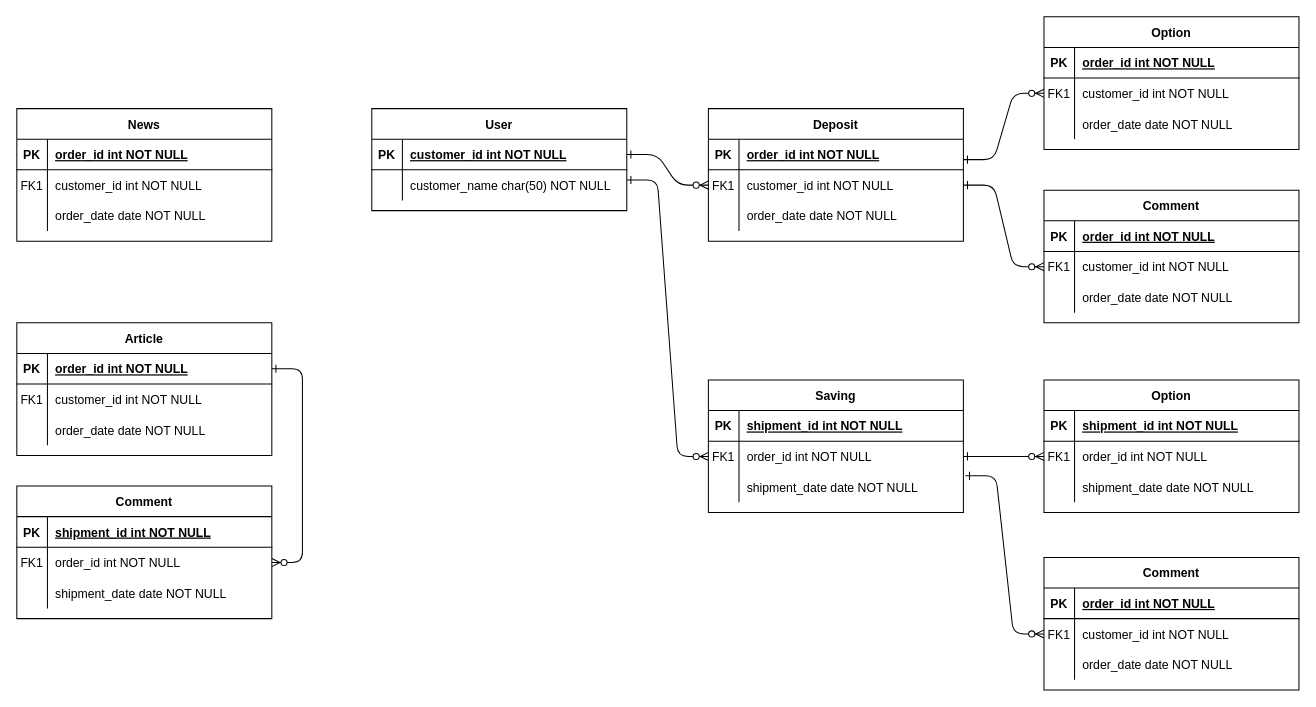
This is 제목 없는 다이어그램.drawio from gawona/git_collaboration, a draw.io file, before an edit. Source tidied: cells renumbered, new cells numbered last; positions are measured from the earlier drawing's top-left corner, leaving out a move shared by most shapes. Both pictures are drawn from the tidied source at 102%, with x=0, y=0 at pixel (16, 16).
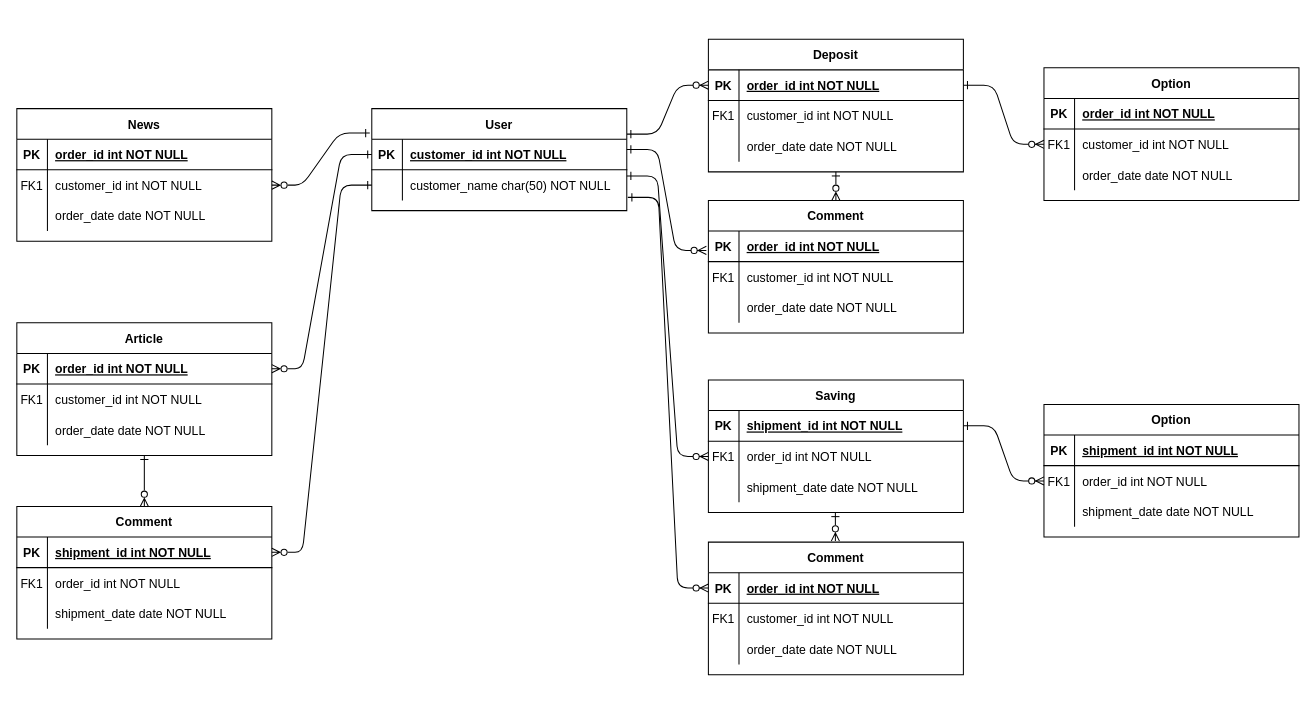
Above is the later version.

Commit message (it also covers changes not shown here):
제목 없는 다이어그램.drawio 업데이트

Unchanged cells that the change refers to:
```xml
<mxCell id="5" style="shape=partialRectangle;fillColor=none;points=[[0,0.5],[1,0.5]];portConstraint=eastwest;top=0;left=0;right=0;bottom=1;" parent="4" vertex="1">
  <mxGeometry y="30" width="250" height="30" as="geometry" />
</mxCell>
<mxCell id="8" style="shape=partialRectangle;fillColor=none;points=[[0,0.5],[1,0.5]];portConstraint=eastwest;top=0;left=0;right=0;bottom=0;" parent="4" vertex="1">
  <mxGeometry y="60" width="250" height="30" as="geometry" />
</mxCell>
<mxCell id="15" style="shape=partialRectangle;fillColor=none;points=[[0,0.5],[1,0.5]];portConstraint=eastwest;top=0;left=0;right=0;bottom=1;" parent="14" vertex="1">
  <mxGeometry y="30" width="250" height="30" as="geometry" />
</mxCell>
<mxCell id="18" style="shape=partialRectangle;fillColor=none;points=[[0,0.5],[1,0.5]];portConstraint=eastwest;top=0;left=0;right=0;bottom=0;" parent="14" vertex="1">
  <mxGeometry y="60" width="250" height="30" as="geometry" />
</mxCell>
<mxCell id="21" style="shape=partialRectangle;fillColor=none;points=[[0,0.5],[1,0.5]];portConstraint=eastwest;top=0;left=0;right=0;bottom=0;" parent="14" vertex="1">
  <mxGeometry y="90" width="250" height="30" as="geometry" />
</mxCell>
<mxCell id="24" value="User" style="shape=table;startSize=30;childLayout=tableLayout;rowLines=0;fontStyle=1;align=center;" parent="1" vertex="1">
  <mxGeometry x="348" y="90" width="250" height="100" as="geometry" />
</mxCell>
<mxCell id="25" style="shape=partialRectangle;fillColor=none;points=[[0,0.5],[1,0.5]];portConstraint=eastwest;top=0;left=0;right=0;bottom=1;" parent="24" vertex="1">
  <mxGeometry y="30" width="250" height="30" as="geometry" />
</mxCell>
<mxCell id="28" style="shape=partialRectangle;fillColor=none;points=[[0,0.5],[1,0.5]];portConstraint=eastwest;top=0;left=0;right=0;bottom=0;" parent="24" vertex="1">
  <mxGeometry y="60" width="250" height="30" as="geometry" />
</mxCell>
<mxCell id="32" value="Article" style="shape=table;startSize=30;childLayout=tableLayout;rowLines=0;fontStyle=1;align=center;" parent="1" vertex="1">
  <mxGeometry y="300" width="250" height="130" as="geometry" />
</mxCell>
<mxCell id="33" style="shape=partialRectangle;fillColor=none;points=[[0,0.5],[1,0.5]];portConstraint=eastwest;top=0;left=0;right=0;bottom=1;" parent="32" vertex="1">
  <mxGeometry y="30" width="250" height="30" as="geometry" />
</mxCell>
<mxCell id="43" style="shape=partialRectangle;fillColor=none;points=[[0,0.5],[1,0.5]];portConstraint=eastwest;top=0;left=0;right=0;bottom=1;" parent="42" vertex="1">
  <mxGeometry y="30" width="250" height="30" as="geometry" />
</mxCell>
<mxCell id="46" style="shape=partialRectangle;fillColor=none;points=[[0,0.5],[1,0.5]];portConstraint=eastwest;top=0;left=0;right=0;bottom=0;" parent="42" vertex="1">
  <mxGeometry y="60" width="250" height="30" as="geometry" />
</mxCell>
<mxCell id="56" style="shape=partialRectangle;fillColor=none;points=[[0,0.5],[1,0.5]];portConstraint=eastwest;top=0;left=0;right=0;bottom=0;" parent="52" vertex="1">
  <mxGeometry y="60" width="250" height="30" as="geometry" />
</mxCell>
<mxCell id="66" style="shape=partialRectangle;fillColor=none;points=[[0,0.5],[1,0.5]];portConstraint=eastwest;top=0;left=0;right=0;bottom=0;" parent="62" vertex="1">
  <mxGeometry y="60" width="250" height="30" as="geometry" />
</mxCell>
<mxCell id="76" style="shape=partialRectangle;fillColor=none;points=[[0,0.5],[1,0.5]];portConstraint=eastwest;top=0;left=0;right=0;bottom=0;" parent="72" vertex="1">
  <mxGeometry y="60" width="250" height="30" as="geometry" />
</mxCell>
<mxCell id="86" style="shape=partialRectangle;fillColor=none;points=[[0,0.5],[1,0.5]];portConstraint=eastwest;top=0;left=0;right=0;bottom=0;" parent="82" vertex="1">
  <mxGeometry y="60" width="250" height="30" as="geometry" />
</mxCell>
<mxCell id="93" style="shape=partialRectangle;fillColor=none;points=[[0,0.5],[1,0.5]];portConstraint=eastwest;top=0;left=0;right=0;bottom=1;" parent="92" vertex="1">
  <mxGeometry y="30" width="250" height="30" as="geometry" />
</mxCell>
<mxCell id="96" style="shape=partialRectangle;fillColor=none;points=[[0,0.5],[1,0.5]];portConstraint=eastwest;top=0;left=0;right=0;bottom=0;" parent="92" vertex="1">
  <mxGeometry y="60" width="250" height="30" as="geometry" />
</mxCell>
```

The edit, as a diff of the source:
```diff
@@
-    <mxCell id="2" style="edgeStyle=entityRelationEdgeStyle;endArrow=ERzeroToMany;startArrow=ERone;endFill=1;startFill=0;" parent="1" edge="1" source="25" target="8">
+    <mxCell id="2" style="edgeStyle=entityRelationEdgeStyle;endArrow=ERzeroToMany;startArrow=ERone;endFill=1;startFill=0;exitX=1;exitY=0.25;exitDx=0;exitDy=0;entryX=0;entryY=0.5;entryDx=0;entryDy=0;" parent="1" edge="1" source="24" target="5">
       <mxGeometry relative="1" as="geometry" />
     </mxCell>
-    <mxCell id="3" style="edgeStyle=entityRelationEdgeStyle;endArrow=ERzeroToMany;startArrow=ERone;endFill=1;startFill=0;entryX=0;entryY=0.5;entryDx=0;entryDy=0;" parent="1" edge="1" target="18">
+    <mxCell id="3" style="edgeStyle=entityRelationEdgeStyle;endArrow=ERzeroToMany;startArrow=ERone;endFill=1;startFill=0;entryX=0;entryY=0.5;entryDx=0;entryDy=0;exitX=0.996;exitY=0.2;exitDx=0;exitDy=0;exitPerimeter=0;" parent="1" edge="1" target="18">
       <mxGeometry relative="1" as="geometry">
-        <mxPoint x="598" y="160" as="sourcePoint" />
+        <mxPoint x="598" y="156" as="sourcePoint" />
       </mxGeometry>
     </mxCell>
     <mxCell id="4" value="Deposit" style="shape=table;startSize=30;childLayout=tableLayout;rowLines=0;fontStyle=1;align=center;" parent="1" vertex="1">
-      <mxGeometry x="678" y="90" width="250" height="130" as="geometry" />
+      <mxGeometry x="678" y="22" width="250" height="130" as="geometry" />
     </mxCell>
@@
+    <mxCell id="106" style="edgeStyle=entityRelationEdgeStyle;rounded=1;jettySize=auto;html=1;elbow=vertical;entryX=1;entryY=0.5;entryDx=0;entryDy=0;exitX=0;exitY=0.5;exitDx=0;exitDy=0;curved=0;endArrow=ERzeroToMany;endFill=0;startArrow=ERone;startFill=0;" parent="1" edge="1" source="25" target="33">
+      <mxGeometry relative="1" as="geometry" />
+    </mxCell>
@@
-    <mxCell id="31" style="edgeStyle=entityRelationEdgeStyle;endArrow=ERzeroToMany;startArrow=ERone;endFill=1;startFill=0;" parent="1" edge="1" source="33" target="46">
-      <mxGeometry relative="1" as="geometry" />
-    </mxCell>
+    <mxCell id="107" style="edgeStyle=none;rounded=0;jettySize=auto;html=1;elbow=vertical;entryX=0.5;entryY=0;entryDx=0;entryDy=0;endArrow=ERzeroToMany;endFill=0;startArrow=ERone;startFill=0;" parent="1" edge="1" source="32" target="42">
+      <mxGeometry relative="1" as="geometry" />
+    </mxCell>
@@
     <mxCell id="42" value="Comment" style="shape=table;startSize=30;childLayout=tableLayout;rowLines=0;fontStyle=1;align=center;" parent="1" vertex="1">
-      <mxGeometry y="460" width="250" height="130" as="geometry" />
+      <mxGeometry y="480" width="250" height="130" as="geometry" />
     </mxCell>
@@
     <mxCell id="52" value="Option" style="shape=table;startSize=30;childLayout=tableLayout;rowLines=0;fontStyle=1;align=center;" parent="1" vertex="1">
-      <mxGeometry x="1007" width="250" height="130" as="geometry" />
+      <mxGeometry x="1007" y="50" width="250" height="130" as="geometry" />
     </mxCell>
@@
     <mxCell id="62" value="Option" style="shape=table;startSize=30;childLayout=tableLayout;rowLines=0;fontStyle=1;align=center;" parent="1" vertex="1">
-      <mxGeometry x="1007" y="356" width="250" height="130" as="geometry" />
+      <mxGeometry x="1007" y="380" width="250" height="130" as="geometry" />
     </mxCell>
@@
     <mxCell id="82" value="Comment" style="shape=table;startSize=30;childLayout=tableLayout;rowLines=0;fontStyle=1;align=center;" parent="1" vertex="1">
-      <mxGeometry x="1007" y="170" width="250" height="130" as="geometry" />
+      <mxGeometry x="678" y="180" width="250" height="130" as="geometry" />
     </mxCell>
@@
     <mxCell id="92" value="Comment" style="shape=table;startSize=30;childLayout=tableLayout;rowLines=0;fontStyle=1;align=center;" parent="1" vertex="1">
-      <mxGeometry x="1007" y="530" width="250" height="130" as="geometry" />
+      <mxGeometry x="678" y="515" width="250" height="130" as="geometry" />
     </mxCell>
@@
-    <mxCell id="102" style="edgeStyle=entityRelationEdgeStyle;endArrow=ERzeroToMany;startArrow=ERone;endFill=1;startFill=0;entryX=0;entryY=0.5;entryDx=0;entryDy=0;" parent="1" edge="1" target="56">
-      <mxGeometry relative="1" as="geometry">
-        <mxPoint x="928" y="140" as="sourcePoint" />
-      </mxGeometry>
+    <mxCell id="102" style="edgeStyle=entityRelationEdgeStyle;endArrow=ERzeroToMany;startArrow=ERone;endFill=1;startFill=0;entryX=0;entryY=0.5;entryDx=0;entryDy=0;exitX=1;exitY=0.5;exitDx=0;exitDy=0;" parent="1" edge="1" source="5" target="56">
+      <mxGeometry relative="1" as="geometry" />
     </mxCell>
-    <mxCell id="103" style="edgeStyle=entityRelationEdgeStyle;endArrow=ERzeroToMany;startArrow=ERone;endFill=1;startFill=0;entryX=0;entryY=0.5;entryDx=0;entryDy=0;" parent="1" edge="1" target="86">
+    <mxCell id="103" style="edgeStyle=entityRelationEdgeStyle;endArrow=ERzeroToMany;startArrow=ERone;endFill=1;startFill=0;entryX=0;entryY=0.5;entryDx=0;entryDy=0;" parent="1" edge="1">
       <mxGeometry relative="1" as="geometry">
-        <mxPoint x="928" y="165" as="sourcePoint" />
+        <mxPoint x="598" y="130" as="sourcePoint" />
+        <mxPoint x="676" y="229" as="targetPoint" />
         <Array as="points">
-          <mxPoint x="1008" y="270" />
+          <mxPoint x="566" y="449" />
         </Array>
       </mxGeometry>
     </mxCell>
-    <mxCell id="104" style="edgeStyle=entityRelationEdgeStyle;endArrow=ERzeroToMany;startArrow=ERone;endFill=1;startFill=0;entryX=0;entryY=0.5;entryDx=0;entryDy=0;exitX=1;exitY=0.5;exitDx=0;exitDy=0;" parent="1" edge="1" source="18" target="66">
+    <mxCell id="104" style="edgeStyle=entityRelationEdgeStyle;endArrow=ERzeroToMany;startArrow=ERone;endFill=1;startFill=0;entryX=0;entryY=0.5;entryDx=0;entryDy=0;exitX=1;exitY=0.5;exitDx=0;exitDy=0;" parent="1" edge="1" source="15" target="66">
       <mxGeometry relative="1" as="geometry" />
     </mxCell>
-    <mxCell id="105" style="edgeStyle=entityRelationEdgeStyle;endArrow=ERzeroToMany;startArrow=ERone;endFill=1;startFill=0;entryX=0;entryY=0.5;entryDx=0;entryDy=0;exitX=1.008;exitY=0.133;exitDx=0;exitDy=0;exitPerimeter=0;" parent="1" edge="1" source="21" target="96">
-      <mxGeometry relative="1" as="geometry" />
-    </mxCell>
+    <mxCell id="108" style="edgeStyle=entityRelationEdgeStyle;rounded=1;jettySize=auto;html=1;elbow=vertical;endArrow=ERzeroToMany;endFill=0;startArrow=ERone;startFill=0;exitX=-0.008;exitY=-0.2;exitDx=0;exitDy=0;exitPerimeter=0;" parent="1" edge="1" source="25" target="76">
+      <mxGeometry relative="1" as="geometry" />
+    </mxCell>
+    <mxCell id="109" style="edgeStyle=entityRelationEdgeStyle;rounded=1;jettySize=auto;html=1;elbow=vertical;entryX=1;entryY=0.5;entryDx=0;entryDy=0;exitX=0;exitY=0.5;exitDx=0;exitDy=0;curved=0;endArrow=ERzeroToMany;endFill=0;startArrow=ERone;startFill=0;" parent="1" edge="1" source="28" target="43">
+      <mxGeometry relative="1" as="geometry">
+        <Array as="points">
+          <mxPoint x="436" y="530" />
+          <mxPoint x="488" y="570" />
+          <mxPoint x="468" y="570" />
+          <mxPoint x="338" y="490" />
+        </Array>
+      </mxGeometry>
+    </mxCell>
+    <mxCell id="110" style="edgeStyle=entityRelationEdgeStyle;endArrow=ERzeroToMany;startArrow=ERone;endFill=1;startFill=0;exitX=1.004;exitY=0.9;exitDx=0;exitDy=0;exitPerimeter=0;entryX=0;entryY=0.5;entryDx=0;entryDy=0;" parent="1" edge="1" source="28" target="93">
+      <mxGeometry relative="1" as="geometry">
+        <Array as="points">
+          <mxPoint x="538" y="360" />
+          <mxPoint x="558" y="385" />
+        </Array>
+      </mxGeometry>
+    </mxCell>
+    <mxCell id="111" style="edgeStyle=none;rounded=0;jettySize=auto;html=1;elbow=vertical;endArrow=ERzeroToMany;endFill=0;startArrow=ERone;startFill=0;entryX=0.5;entryY=0;entryDx=0;entryDy=0;exitX=0.5;exitY=1;exitDx=0;exitDy=0;" parent="1" edge="1" source="4" target="82">
+      <mxGeometry relative="1" as="geometry" />
+    </mxCell>
+    <mxCell id="112" style="edgeStyle=none;rounded=0;orthogonalLoop=1;jettySize=auto;html=1;elbow=vertical;endArrow=ERzeroToMany;endFill=0;startArrow=ERone;startFill=0;entryX=0.5;entryY=0;entryDx=0;entryDy=0;exitX=0.5;exitY=1;exitDx=0;exitDy=0;" parent="1" edge="1">
+      <mxGeometry relative="1" as="geometry">
+        <mxPoint x="802.5" y="486" as="sourcePoint" />
+        <mxPoint x="802.5" y="514" as="targetPoint" />
+      </mxGeometry>
+    </mxCell>
```
